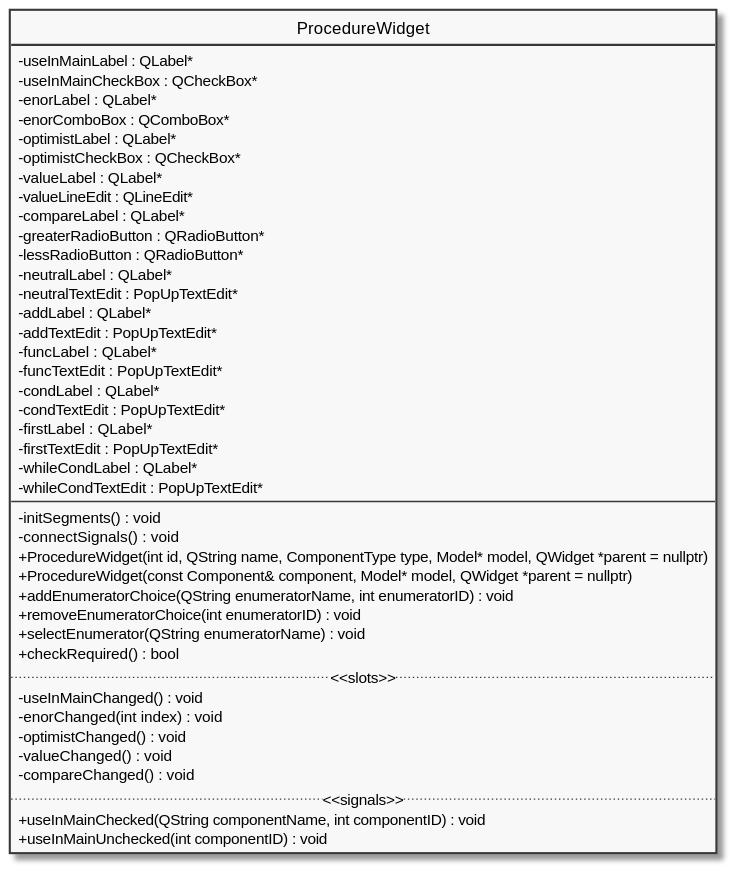
Earlier version of the PlantUML export diagram/docs/ProcedureWidget.svg (pecku/szakdoga). Its diagram source:
```plantuml
@startuml ProcedureWidget

skinparam Monochrome true
skinparam ClassAttributeIconSize 0
hide circle
hide enum methods

class ProcedureWidget
{
    - useInMainLabel : QLabel*
    - useInMainCheckBox : QCheckBox*
    - enorLabel : QLabel*
    - enorComboBox : QComboBox*
    - optimistLabel : QLabel*
    - optimistCheckBox : QCheckBox*
    - valueLabel : QLabel*
    - valueLineEdit : QLineEdit*
    - compareLabel : QLabel*
    - greaterRadioButton : QRadioButton*
    - lessRadioButton : QRadioButton*
    - neutralLabel : QLabel*
    - neutralTextEdit : PopUpTextEdit*
    - addLabel : QLabel*
    - addTextEdit : PopUpTextEdit*
    - funcLabel : QLabel*
    - funcTextEdit : PopUpTextEdit*
    - condLabel : QLabel*
    - condTextEdit : PopUpTextEdit*
    - firstLabel : QLabel*
    - firstTextEdit : PopUpTextEdit*
    - whileCondLabel : QLabel*
    - whileCondTextEdit : PopUpTextEdit*
--
    - initSegments() : void
    - connectSignals() : void
    + ProcedureWidget(int id, QString name, ComponentType type, Model* model, QWidget *parent = nullptr)
    + ProcedureWidget(const Component& component, Model* model, QWidget *parent = nullptr)
    + addEnumeratorChoice(QString enumeratorName, int enumeratorID) : void
    + removeEnumeratorChoice(int enumeratorID) : void
    + selectEnumerator(QString enumeratorName) : void
    + checkRequired() : bool
.. <<slots>> ..
    - useInMainChanged() : void
    - enorChanged(int index) : void
    - optimistChanged() : void
    - valueChanged() : void
    - compareChanged() : void
.. <<signals>> ..
    + useInMainChecked(QString componentName, int componentID) : void
    + useInMainUnchecked(int componentID) : void
}

@enduml
```
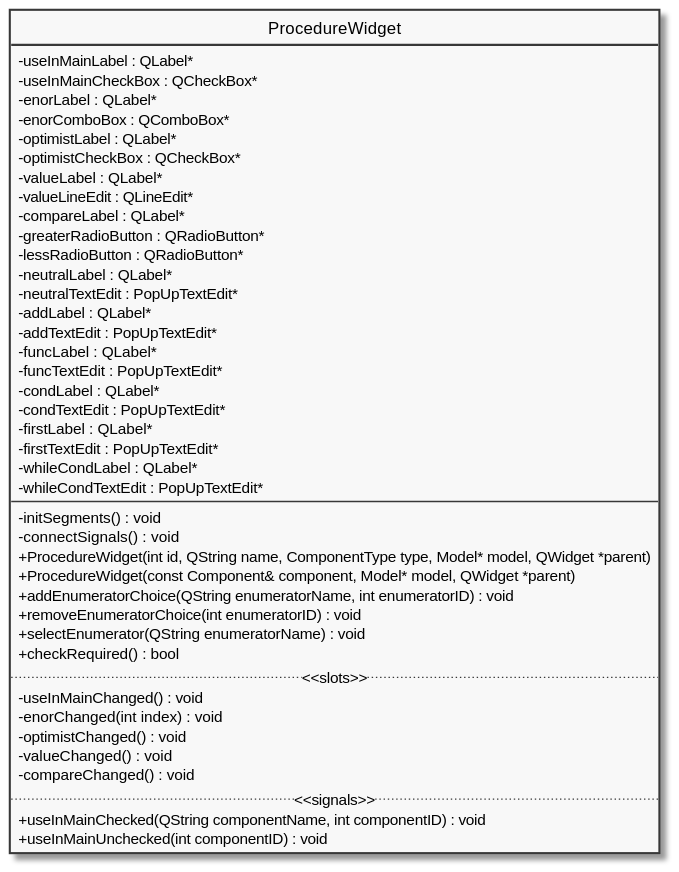
After the change.

The edit, as a diff of the source:
```diff
@@ -33,8 +33,8 @@
 --
     - initSegments() : void
     - connectSignals() : void
-    + ProcedureWidget(int id, QString name, ComponentType type, Model* model, QWidget *parent = nullptr)
-    + ProcedureWidget(const Component& component, Model* model, QWidget *parent = nullptr)
+    + ProcedureWidget(int id, QString name, ComponentType type, Model* model, QWidget *parent)
+    + ProcedureWidget(const Component& component, Model* model, QWidget *parent)
     + addEnumeratorChoice(QString enumeratorName, int enumeratorID) : void
     + removeEnumeratorChoice(int enumeratorID) : void
     + selectEnumerator(QString enumeratorName) : void
```
